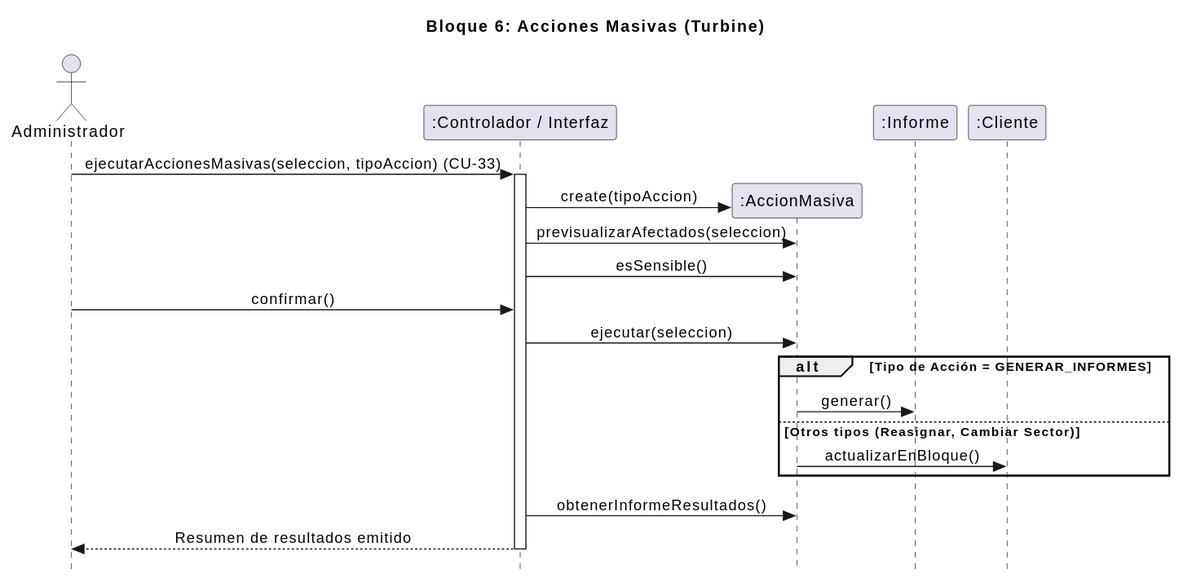
Before: Diagramas/diagramas_secuencia/DiagrmasPorBloques/Bloque6Imagen.svg, a diagram exported from PlantUML (EVerjanoPerez/Grupo-Al-khwarizmi).
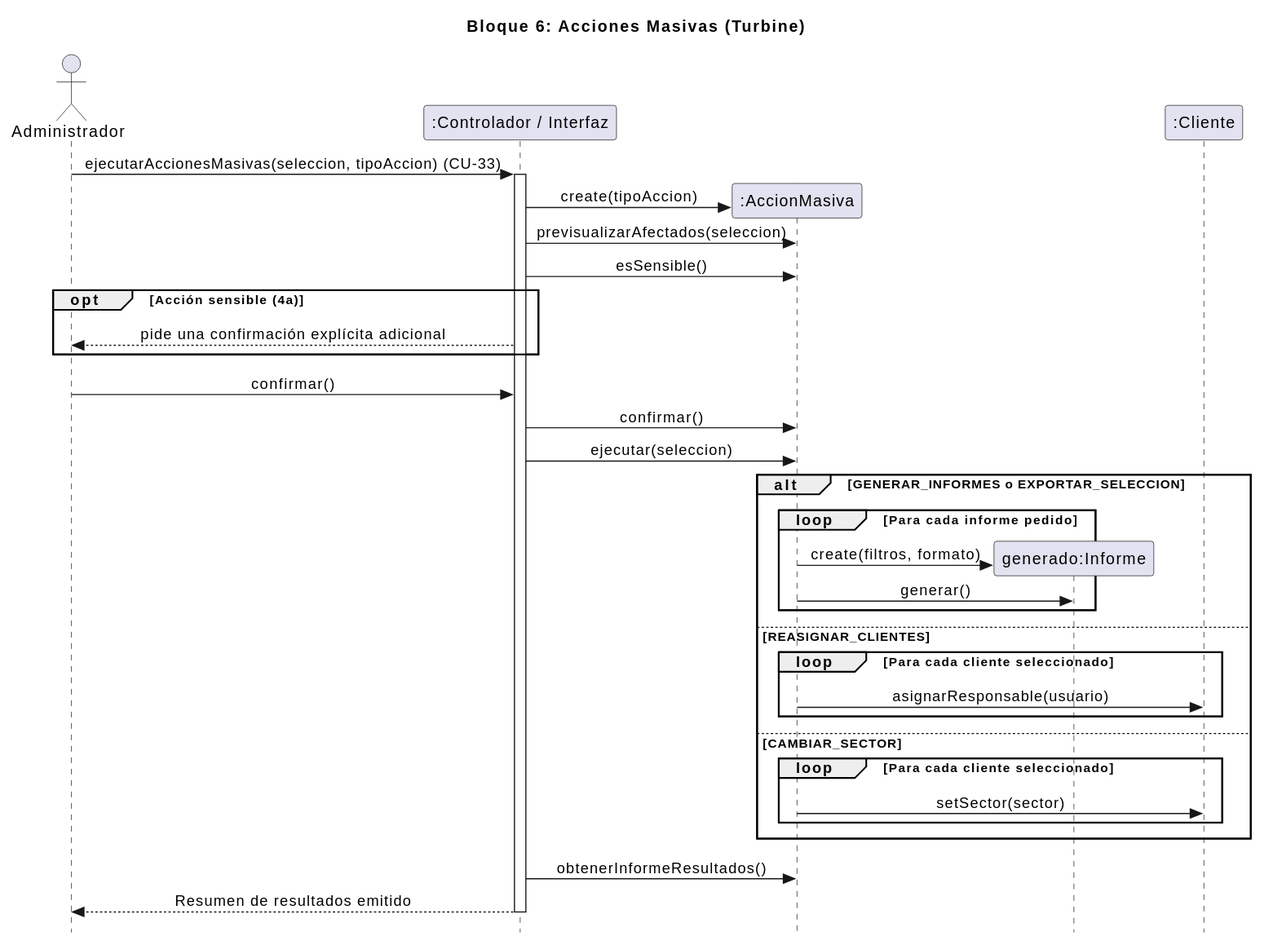
Later version of the same file.

The edit, as a diff of the source:
```diff
@@ -9,7 +9,7 @@
 
 participant ":Controlador / Interfaz" as UI
 participant ":AccionMasiva" as Masiva
-participant ":Informe" as Informe
+participant "generado:Informe" as InformeMasivo
 participant ":Cliente" as Cliente
 
 AdminActor -> UI: ejecutarAccionesMasivas(seleccion, tipoAccion) (CU-33)
@@ -18,12 +18,26 @@
 UI -> Masiva: create(tipoAccion)
 UI -> Masiva: previsualizarAfectados(seleccion)
 UI -> Masiva: esSensible()
+opt Acción sensible (4a)
+    UI --> AdminActor: pide una confirmación explícita adicional
+end
 AdminActor -> UI: confirmar()
+UI -> Masiva: confirmar()
 UI -> Masiva: ejecutar(seleccion)
-alt Tipo de Acción = GENERAR_INFORMES
-    Masiva -> Informe: generar()
-else Otros tipos (Reasignar, Cambiar Sector)
-    Masiva -> Cliente: actualizarEnBloque()
+alt GENERAR_INFORMES o EXPORTAR_SELECCION
+    loop Para cada informe pedido
+        create InformeMasivo
+        Masiva -> InformeMasivo: create(filtros, formato)
+        Masiva -> InformeMasivo: generar()
+    end
+else REASIGNAR_CLIENTES
+    loop Para cada cliente seleccionado
+        Masiva -> Cliente: asignarResponsable(usuario)
+    end
+else CAMBIAR_SECTOR
+    loop Para cada cliente seleccionado
+        Masiva -> Cliente: setSector(sector)
+    end
 end
 UI -> Masiva: obtenerInformeResultados()
 UI --> AdminActor: Resumen de resultados emitido
```
